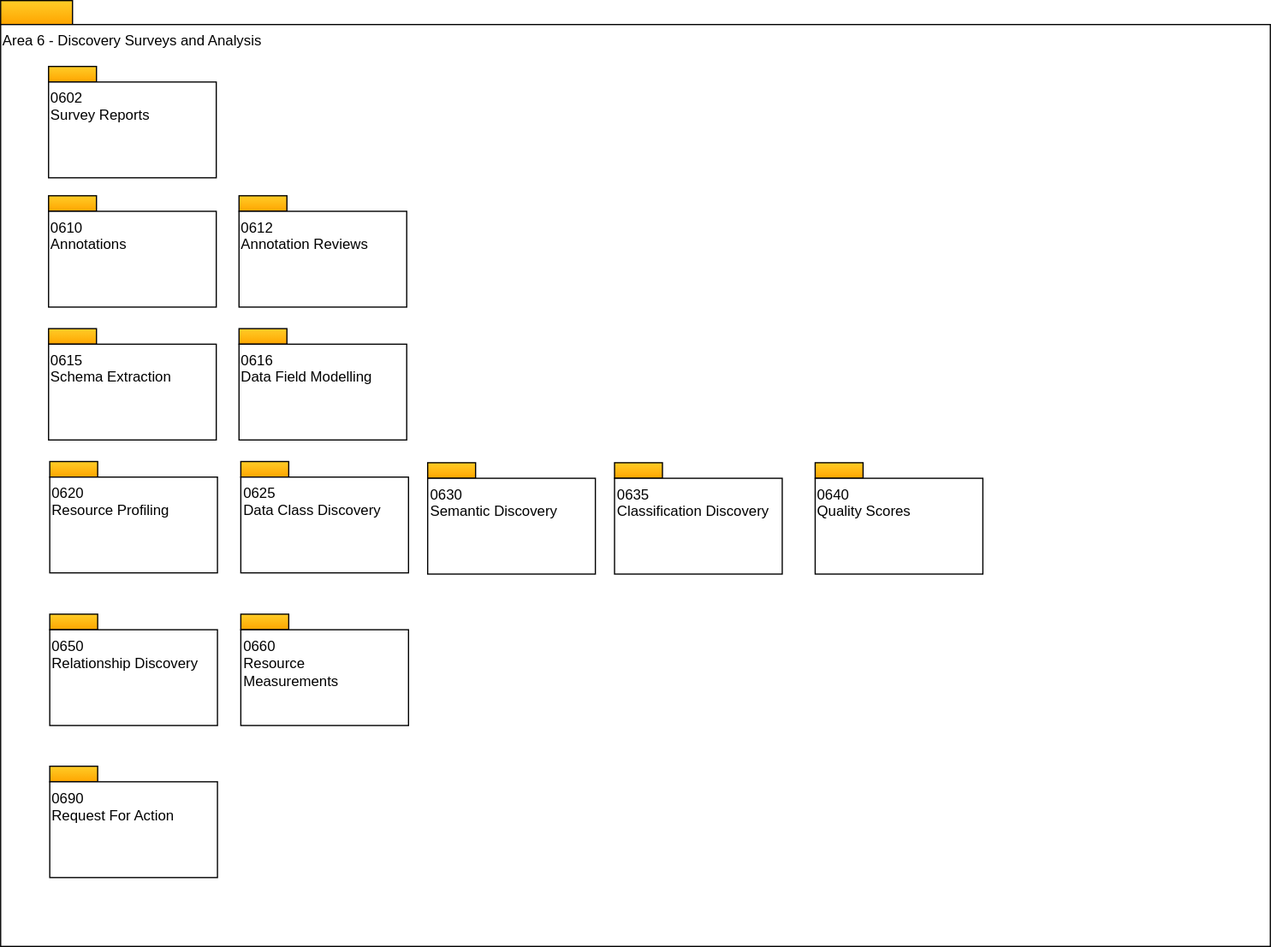
Above: site/docs/types/6/area-6-discovery-overview.svg in odpi/egeria-docs (draw.io), before the change. Source tidied: cells renumbered, new cells last; positions are measured from the earlier drawing's top-left corner, leaving out a move shared by most shapes.
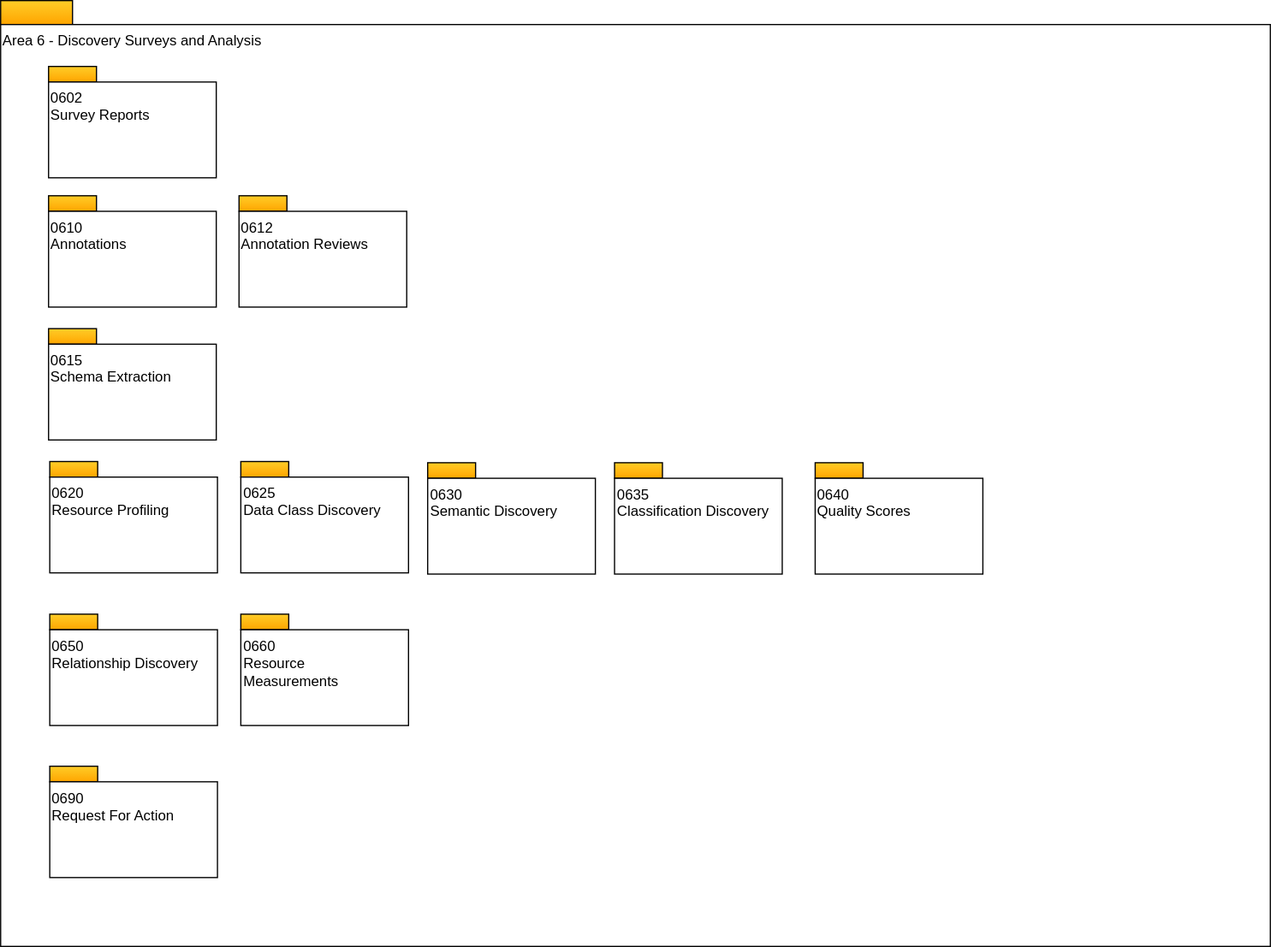
Later version of the same file.

Change to the diagram source:
```diff
@@ -80,11 +80,5 @@
     <mxCell id="27" value="0615&lt;br&gt;Schema Extraction" style="rounded=0;whiteSpace=wrap;html=1;align=left;verticalAlign=top;" parent="1" vertex="1">
       <mxGeometry x="40" y="287" width="140" height="80" as="geometry" />
     </mxCell>
-    <mxCell id="28" style="rounded=0;whiteSpace=wrap;html=1;align=left;fillColor=#ffcd28;strokeColor=#000000;gradientColor=#ffa500;" parent="1" vertex="1">
-      <mxGeometry x="199" y="274" width="40" height="13" as="geometry" />
-    </mxCell>
-    <mxCell id="29" value="0616&lt;br&gt;Data Field Modelling" style="rounded=0;whiteSpace=wrap;html=1;align=left;verticalAlign=top;" parent="1" vertex="1">
-      <mxGeometry x="199" y="287" width="140" height="80" as="geometry" />
-    </mxCell>
   </root>
 </mxGraphModel>
```
